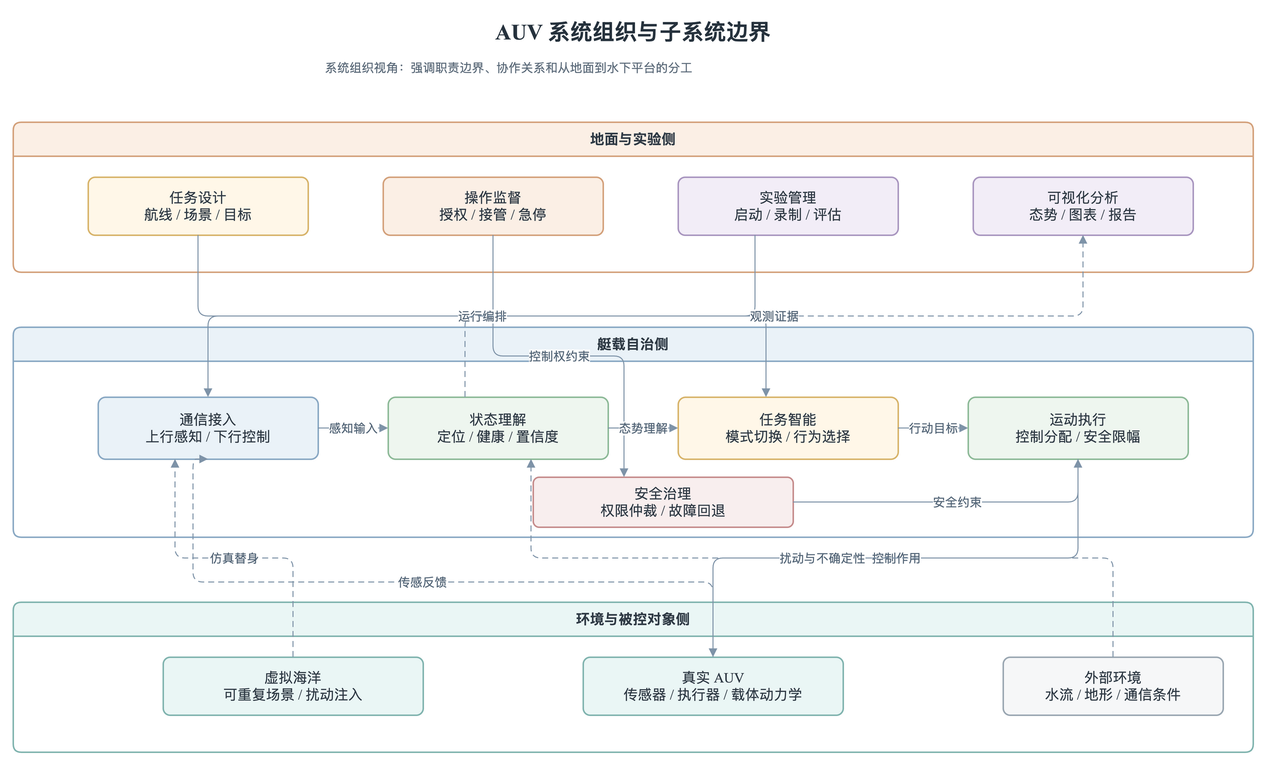
Above: docs/thesis/figures/architecture/auv_system_subsystem_organization.drawio.png in 360ZMEM/AUV-Master-Project (draw.io), before the change. Source tidied: cells renumbered, new cells last; positions are measured from the earlier drawing's top-left corner, leaving out a move shared by most shapes.
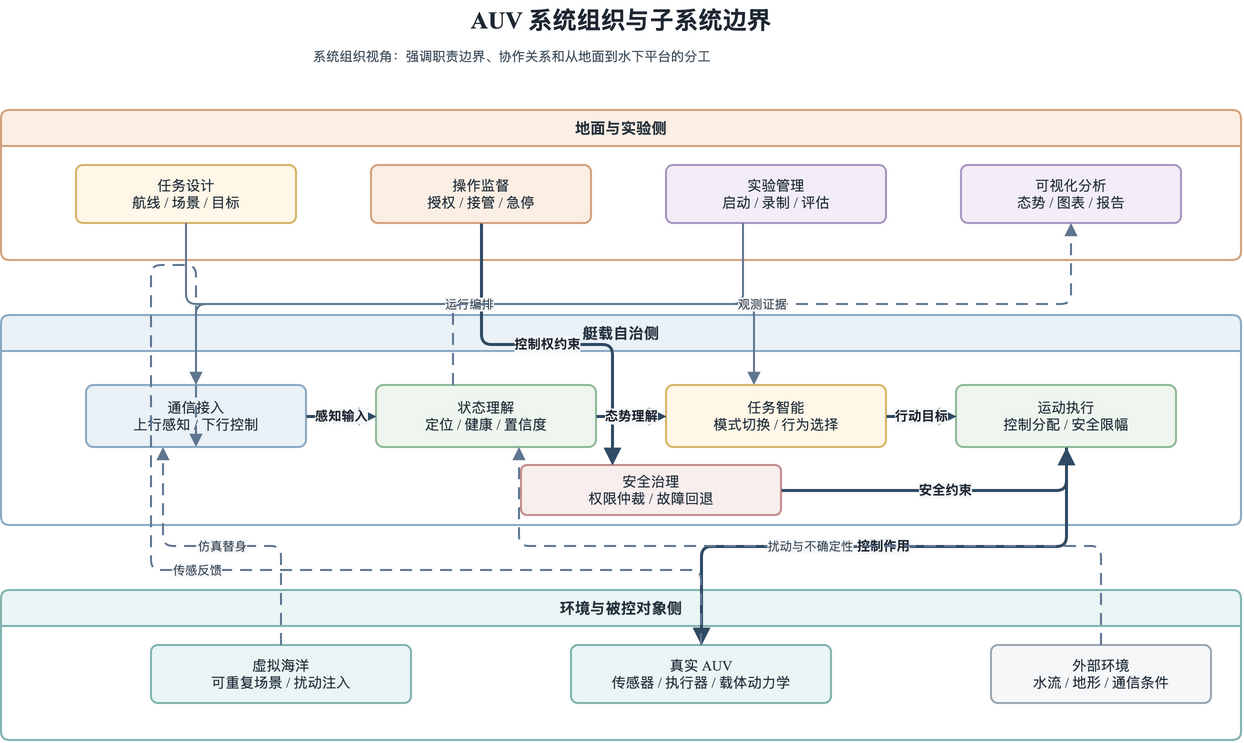
After the commit.

What changed in the source:
```diff
@@ -2,95 +2,96 @@
   <root>
     <mxCell id="0" />
     <mxCell id="1" parent="0" />
-    <mxCell id="2" value="AUV 系统组织与子系统边界" style="text;html=1;strokeColor=none;fillColor=none;align=center;verticalAlign=middle;whiteSpace=wrap;rounded=0;fontFamily=Noto Serif CJK SC,Times New Roman;fontSize=22;fontStyle=1;fontColor=#26323D;" parent="1" vertex="1">
+    <mxCell id="2" value="AUV 系统组织与子系统边界" style="text;html=1;strokeColor=none;fillColor=none;align=center;verticalAlign=middle;whiteSpace=wrap;rounded=0;fontFamily=Noto Serif CJK SC,Times New Roman;fontSize=24;fontStyle=1;fontColor=#1E2732;" parent="1" vertex="1">
       <mxGeometry x="270" width="700" height="40" as="geometry" />
     </mxCell>
-    <mxCell id="3" value="系统组织视角：强调职责边界、协作关系和从地面到水下平台的分工" style="text;html=1;strokeColor=none;fillColor=none;align=left;verticalAlign=top;whiteSpace=wrap;rounded=0;fontFamily=Noto Serif CJK SC,Times New Roman;fontSize=12;fontColor=#5C6B7A;" parent="1" vertex="1">
+    <mxCell id="3" value="系统组织视角：强调职责边界、协作关系和从地面到水下平台的分工" style="text;html=1;strokeColor=none;fillColor=none;align=left;verticalAlign=top;whiteSpace=wrap;rounded=0;fontFamily=Noto Serif CJK SC,Times New Roman;fontSize=13;fontColor=#43525F;" parent="1" vertex="1">
       <mxGeometry x="310" y="42" width="660" height="34" as="geometry" />
     </mxCell>
-    <mxCell id="4" value="地面与实验侧" style="swimlane;whiteSpace=wrap;html=1;startSize=34;rounded=1;arcSize=8;fillColor=#FBEFE5;strokeColor=#D4A17B;strokeWidth=1.5;fontFamily=Noto Serif CJK SC,Times New Roman;fontSize=14;fontColor=#2F3A45;" parent="1" vertex="1">
+    <mxCell id="4" value="地面与实验侧" style="swimlane;whiteSpace=wrap;html=1;startSize=36;rounded=1;arcSize=8;fillColor=#FBEFE5;strokeColor=#D4A17B;strokeWidth=2;fontFamily=Noto Serif CJK SC,Times New Roman;fontSize=14;fontColor=#26323D;fontStyle=1;fontSize=15;" parent="1" vertex="1">
       <mxGeometry y="110" width="1240" height="150" as="geometry" />
     </mxCell>
-    <mxCell id="5" value="艇载自治侧" style="swimlane;whiteSpace=wrap;html=1;startSize=34;rounded=1;arcSize=8;fillColor=#EAF2F8;strokeColor=#8AA9C4;strokeWidth=1.5;fontFamily=Noto Serif CJK SC,Times New Roman;fontSize=14;fontColor=#2F3A45;" parent="1" vertex="1">
+    <mxCell id="5" value="艇载自治侧" style="swimlane;whiteSpace=wrap;html=1;startSize=36;rounded=1;arcSize=8;fillColor=#EAF2F8;strokeColor=#8AA9C4;strokeWidth=2;fontFamily=Noto Serif CJK SC,Times New Roman;fontSize=14;fontColor=#26323D;fontStyle=1;fontSize=15;" parent="1" vertex="1">
       <mxGeometry y="315" width="1240" height="210" as="geometry" />
     </mxCell>
-    <mxCell id="6" value="环境与被控对象侧" style="swimlane;whiteSpace=wrap;html=1;startSize=34;rounded=1;arcSize=8;fillColor=#EAF6F5;strokeColor=#80B4AF;strokeWidth=1.5;fontFamily=Noto Serif CJK SC,Times New Roman;fontSize=14;fontColor=#2F3A45;" parent="1" vertex="1">
+    <mxCell id="6" value="环境与被控对象侧" style="swimlane;whiteSpace=wrap;html=1;startSize=36;rounded=1;arcSize=8;fillColor=#EAF6F5;strokeColor=#80B4AF;strokeWidth=2;fontFamily=Noto Serif CJK SC,Times New Roman;fontSize=14;fontColor=#26323D;fontStyle=1;fontSize=15;" parent="1" vertex="1">
       <mxGeometry y="590" width="1240" height="150" as="geometry" />
     </mxCell>
-    <mxCell id="7" value="任务设计&#10;航线 / 场景 / 目标" style="rounded=1;whiteSpace=wrap;html=1;arcSize=12;fillColor=#FFF7E8;strokeColor=#D8B46A;strokeWidth=1.5;spacing=8;fontFamily=Noto Serif CJK SC,Times New Roman;fontSize=14;fontColor=#2F3A45;" parent="4" vertex="1">
+    <mxCell id="7" value="任务设计&#10;航线 / 场景 / 目标" style="rounded=1;whiteSpace=wrap;html=1;arcSize=12;fillColor=#FFF7E8;strokeColor=#D8B46A;strokeWidth=2;spacing=8;shadow=0;fontFamily=Noto Serif CJK SC,Times New Roman;fontSize=14;fontColor=#26323D;" parent="4" vertex="1">
       <mxGeometry x="75" y="55" width="220" height="58" as="geometry" />
     </mxCell>
-    <mxCell id="8" value="操作监督&#10;授权 / 接管 / 急停" style="rounded=1;whiteSpace=wrap;html=1;arcSize=12;fillColor=#FBEFE5;strokeColor=#D4A17B;strokeWidth=1.5;spacing=8;fontFamily=Noto Serif CJK SC,Times New Roman;fontSize=14;fontColor=#2F3A45;" parent="4" vertex="1">
+    <mxCell id="8" value="操作监督&#10;授权 / 接管 / 急停" style="rounded=1;whiteSpace=wrap;html=1;arcSize=12;fillColor=#FBEFE5;strokeColor=#D4A17B;strokeWidth=2;spacing=8;shadow=0;fontFamily=Noto Serif CJK SC,Times New Roman;fontSize=14;fontColor=#26323D;" parent="4" vertex="1">
       <mxGeometry x="370" y="55" width="220" height="58" as="geometry" />
     </mxCell>
-    <mxCell id="9" value="实验管理&#10;启动 / 录制 / 评估" style="rounded=1;whiteSpace=wrap;html=1;arcSize=12;fillColor=#F2EDF7;strokeColor=#A996C0;strokeWidth=1.5;spacing=8;fontFamily=Noto Serif CJK SC,Times New Roman;fontSize=14;fontColor=#2F3A45;" parent="4" vertex="1">
+    <mxCell id="9" value="实验管理&#10;启动 / 录制 / 评估" style="rounded=1;whiteSpace=wrap;html=1;arcSize=12;fillColor=#F2EDF7;strokeColor=#A996C0;strokeWidth=2;spacing=8;shadow=0;fontFamily=Noto Serif CJK SC,Times New Roman;fontSize=14;fontColor=#26323D;" parent="4" vertex="1">
       <mxGeometry x="665" y="55" width="220" height="58" as="geometry" />
     </mxCell>
-    <mxCell id="10" value="可视化分析&#10;态势 / 图表 / 报告" style="rounded=1;whiteSpace=wrap;html=1;arcSize=12;fillColor=#F2EDF7;strokeColor=#A996C0;strokeWidth=1.5;spacing=8;fontFamily=Noto Serif CJK SC,Times New Roman;fontSize=14;fontColor=#2F3A45;" parent="4" vertex="1">
+    <mxCell id="10" value="可视化分析&#10;态势 / 图表 / 报告" style="rounded=1;whiteSpace=wrap;html=1;arcSize=12;fillColor=#F2EDF7;strokeColor=#A996C0;strokeWidth=2;spacing=8;shadow=0;fontFamily=Noto Serif CJK SC,Times New Roman;fontSize=14;fontColor=#26323D;" parent="4" vertex="1">
       <mxGeometry x="960" y="55" width="220" height="58" as="geometry" />
     </mxCell>
-    <mxCell id="11" value="通信接入&#10;上行感知 / 下行控制" style="rounded=1;whiteSpace=wrap;html=1;arcSize=12;fillColor=#EAF2F8;strokeColor=#8AA9C4;strokeWidth=1.5;spacing=8;fontFamily=Noto Serif CJK SC,Times New Roman;fontSize=14;fontColor=#2F3A45;" parent="5" vertex="1">
+    <mxCell id="11" value="通信接入&#10;上行感知 / 下行控制" style="rounded=1;whiteSpace=wrap;html=1;arcSize=12;fillColor=#EAF2F8;strokeColor=#8AA9C4;strokeWidth=2;spacing=8;shadow=0;fontFamily=Noto Serif CJK SC,Times New Roman;fontSize=14;fontColor=#26323D;" parent="5" vertex="1">
       <mxGeometry x="85" y="70" width="220" height="62" as="geometry" />
     </mxCell>
-    <mxCell id="12" value="状态理解&#10;定位 / 健康 / 置信度" style="rounded=1;whiteSpace=wrap;html=1;arcSize=12;fillColor=#EEF6EF;strokeColor=#8DBA98;strokeWidth=1.5;spacing=8;fontFamily=Noto Serif CJK SC,Times New Roman;fontSize=14;fontColor=#2F3A45;" parent="5" vertex="1">
+    <mxCell id="12" value="状态理解&#10;定位 / 健康 / 置信度" style="rounded=1;whiteSpace=wrap;html=1;arcSize=12;fillColor=#EEF6EF;strokeColor=#8DBA98;strokeWidth=2;spacing=8;shadow=0;fontFamily=Noto Serif CJK SC,Times New Roman;fontSize=14;fontColor=#26323D;" parent="5" vertex="1">
       <mxGeometry x="375" y="70" width="220" height="62" as="geometry" />
     </mxCell>
-    <mxCell id="13" value="任务智能&#10;模式切换 / 行为选择" style="rounded=1;whiteSpace=wrap;html=1;arcSize=12;fillColor=#FFF7E8;strokeColor=#D8B46A;strokeWidth=1.5;spacing=8;fontFamily=Noto Serif CJK SC,Times New Roman;fontSize=14;fontColor=#2F3A45;" parent="5" vertex="1">
+    <mxCell id="13" value="任务智能&#10;模式切换 / 行为选择" style="rounded=1;whiteSpace=wrap;html=1;arcSize=12;fillColor=#FFF7E8;strokeColor=#D8B46A;strokeWidth=2;spacing=8;shadow=0;fontFamily=Noto Serif CJK SC,Times New Roman;fontSize=14;fontColor=#26323D;" parent="5" vertex="1">
       <mxGeometry x="665" y="70" width="220" height="62" as="geometry" />
     </mxCell>
-    <mxCell id="14" value="运动执行&#10;控制分配 / 安全限幅" style="rounded=1;whiteSpace=wrap;html=1;arcSize=12;fillColor=#EEF6EF;strokeColor=#8DBA98;strokeWidth=1.5;spacing=8;fontFamily=Noto Serif CJK SC,Times New Roman;fontSize=14;fontColor=#2F3A45;" parent="5" vertex="1">
+    <mxCell id="14" value="运动执行&#10;控制分配 / 安全限幅" style="rounded=1;whiteSpace=wrap;html=1;arcSize=12;fillColor=#EEF6EF;strokeColor=#8DBA98;strokeWidth=2;spacing=8;shadow=0;fontFamily=Noto Serif CJK SC,Times New Roman;fontSize=14;fontColor=#26323D;" parent="5" vertex="1">
       <mxGeometry x="955" y="70" width="220" height="62" as="geometry" />
     </mxCell>
-    <mxCell id="15" value="安全治理&#10;权限仲裁 / 故障回退" style="rounded=1;whiteSpace=wrap;html=1;arcSize=12;fillColor=#F8EEEE;strokeColor=#C68C8C;strokeWidth=1.5;spacing=8;fontFamily=Noto Serif CJK SC,Times New Roman;fontSize=14;fontColor=#2F3A45;" parent="5" vertex="1">
+    <mxCell id="15" value="安全治理&#10;权限仲裁 / 故障回退" style="rounded=1;whiteSpace=wrap;html=1;arcSize=12;fillColor=#F8EEEE;strokeColor=#C68C8C;strokeWidth=2;spacing=8;shadow=0;fontFamily=Noto Serif CJK SC,Times New Roman;fontSize=14;fontColor=#26323D;" parent="5" vertex="1">
       <mxGeometry x="520" y="150" width="260" height="50" as="geometry" />
     </mxCell>
-    <mxCell id="16" value="虚拟海洋&#10;可重复场景 / 扰动注入" style="rounded=1;whiteSpace=wrap;html=1;arcSize=12;fillColor=#EAF6F5;strokeColor=#80B4AF;strokeWidth=1.5;spacing=8;fontFamily=Noto Serif CJK SC,Times New Roman;fontSize=14;fontColor=#2F3A45;" parent="6" vertex="1">
+    <mxCell id="16" value="虚拟海洋&#10;可重复场景 / 扰动注入" style="rounded=1;whiteSpace=wrap;html=1;arcSize=12;fillColor=#EAF6F5;strokeColor=#80B4AF;strokeWidth=2;spacing=8;shadow=0;fontFamily=Noto Serif CJK SC,Times New Roman;fontSize=14;fontColor=#26323D;" parent="6" vertex="1">
       <mxGeometry x="150" y="55" width="260" height="58" as="geometry" />
     </mxCell>
-    <mxCell id="17" value="真实 AUV&#10;传感器 / 执行器 / 载体动力学" style="rounded=1;whiteSpace=wrap;html=1;arcSize=12;fillColor=#EAF6F5;strokeColor=#80B4AF;strokeWidth=1.5;spacing=8;fontFamily=Noto Serif CJK SC,Times New Roman;fontSize=14;fontColor=#2F3A45;" parent="6" vertex="1">
+    <mxCell id="17" value="真实 AUV&#10;传感器 / 执行器 / 载体动力学" style="rounded=1;whiteSpace=wrap;html=1;arcSize=12;fillColor=#EAF6F5;strokeColor=#80B4AF;strokeWidth=2;spacing=8;shadow=0;fontFamily=Noto Serif CJK SC,Times New Roman;fontSize=14;fontColor=#26323D;" parent="6" vertex="1">
       <mxGeometry x="570" y="55" width="260" height="58" as="geometry" />
     </mxCell>
-    <mxCell id="18" value="外部环境&#10;水流 / 地形 / 通信条件" style="rounded=1;whiteSpace=wrap;html=1;arcSize=12;fillColor=#F6F7F8;strokeColor=#9AA7B2;strokeWidth=1.5;spacing=8;fontFamily=Noto Serif CJK SC,Times New Roman;fontSize=14;fontColor=#2F3A45;" parent="6" vertex="1">
+    <mxCell id="18" value="外部环境&#10;水流 / 地形 / 通信条件" style="rounded=1;whiteSpace=wrap;html=1;arcSize=12;fillColor=#F6F7F8;strokeColor=#9AA7B2;strokeWidth=2;spacing=8;shadow=0;fontFamily=Noto Serif CJK SC,Times New Roman;fontSize=14;fontColor=#26323D;" parent="6" vertex="1">
       <mxGeometry x="990" y="55" width="220" height="58" as="geometry" />
     </mxCell>
-    <mxCell id="19" value="任务意图" style="edgeStyle=orthogonalEdgeStyle;rounded=1;jettySize=auto;html=1;strokeColor=#7E93A8;fontColor=#536577;fontSize=12;endArrow=block;endFill=1;exitX=0.5;exitY=1;entryX=0.4;entryY=0;" parent="1" edge="1" source="7" target="13">
+    <mxCell id="19" value="任务意图" style="edgeStyle=orthogonalEdgeStyle;rounded=1;jettySize=auto;html=1;strokeColor=#5F7690;fontColor=#3B4A57;fontSize=12;strokeWidth=2;labelBackgroundColor=#F6F7F8;labelBorderColor=none;endArrow=block;endFill=1;endSize=8;exitX=0.5;exitY=1;entryX=0.4;entryY=0;" parent="1" edge="1" source="7" target="13">
       <mxGeometry relative="1" as="geometry" />
     </mxCell>
-    <mxCell id="20" value="控制权约束" style="edgeStyle=orthogonalEdgeStyle;rounded=1;jettySize=auto;html=1;strokeColor=#7E93A8;fontColor=#536577;fontSize=12;endArrow=block;endFill=1;exitX=0.5;exitY=1;entryX=0.35;entryY=0;" parent="1" edge="1" source="8" target="15">
+    <mxCell id="20" value="控制权约束" style="edgeStyle=orthogonalEdgeStyle;rounded=1;jettySize=auto;html=1;strokeColor=#2F4A63;fontColor=#1E2732;fontSize=13;fontStyle=1;strokeWidth=3;labelBackgroundColor=#F6F7F8;labelBorderColor=none;endArrow=block;endFill=1;endSize=10;exitX=0.5;exitY=1;entryX=0.35;entryY=0;" parent="1" edge="1" source="8" target="15">
       <mxGeometry relative="1" as="geometry" />
     </mxCell>
-    <mxCell id="21" value="运行编排" style="edgeStyle=orthogonalEdgeStyle;rounded=1;jettySize=auto;html=1;strokeColor=#7E93A8;fontColor=#536577;fontSize=12;endArrow=block;endFill=1;exitX=0.35;exitY=1;entryX=0.5;entryY=0;" parent="1" edge="1" source="9" target="11">
+    <mxCell id="21" value="运行编排" style="edgeStyle=orthogonalEdgeStyle;rounded=1;jettySize=auto;html=1;strokeColor=#5F7690;fontColor=#3B4A57;fontSize=12;strokeWidth=2;labelBackgroundColor=#F6F7F8;labelBorderColor=none;endArrow=block;endFill=1;endSize=8;exitX=0.35;exitY=1;entryX=0.5;entryY=0;" parent="1" edge="1" source="9" target="11">
       <mxGeometry relative="1" as="geometry" />
     </mxCell>
-    <mxCell id="22" value="感知输入" style="edgeStyle=orthogonalEdgeStyle;rounded=1;jettySize=auto;html=1;strokeColor=#7E93A8;fontColor=#536577;fontSize=12;endArrow=block;endFill=1;exitX=1;entryX=0;" parent="1" edge="1" source="11" target="12">
+    <mxCell id="22" value="感知输入" style="edgeStyle=orthogonalEdgeStyle;rounded=1;jettySize=auto;html=1;strokeColor=#2F4A63;fontColor=#1E2732;fontSize=13;fontStyle=1;strokeWidth=3;labelBackgroundColor=#F6F7F8;labelBorderColor=none;endArrow=block;endFill=1;endSize=10;exitX=1;entryX=0;" parent="1" edge="1" source="11" target="12">
       <mxGeometry relative="1" as="geometry" />
     </mxCell>
-    <mxCell id="23" value="态势理解" style="edgeStyle=orthogonalEdgeStyle;rounded=1;jettySize=auto;html=1;strokeColor=#7E93A8;fontColor=#536577;fontSize=12;endArrow=block;endFill=1;exitX=1;entryX=0;" parent="1" edge="1" source="12" target="13">
+    <mxCell id="23" value="态势理解" style="edgeStyle=orthogonalEdgeStyle;rounded=1;jettySize=auto;html=1;strokeColor=#2F4A63;fontColor=#1E2732;fontSize=13;fontStyle=1;strokeWidth=3;labelBackgroundColor=#F6F7F8;labelBorderColor=none;endArrow=block;endFill=1;endSize=10;exitX=1;entryX=0;" parent="1" edge="1" source="12" target="13">
       <mxGeometry relative="1" as="geometry" />
     </mxCell>
-    <mxCell id="24" value="行动目标" style="edgeStyle=orthogonalEdgeStyle;rounded=1;jettySize=auto;html=1;strokeColor=#7E93A8;fontColor=#536577;fontSize=12;endArrow=block;endFill=1;exitX=1;entryX=0;" parent="1" edge="1" source="13" target="14">
+    <mxCell id="24" value="行动目标" style="edgeStyle=orthogonalEdgeStyle;rounded=1;jettySize=auto;html=1;strokeColor=#2F4A63;fontColor=#1E2732;fontSize=13;fontStyle=1;strokeWidth=3;labelBackgroundColor=#F6F7F8;labelBorderColor=none;endArrow=block;endFill=1;endSize=10;exitX=1;entryX=0;" parent="1" edge="1" source="13" target="14">
       <mxGeometry relative="1" as="geometry" />
     </mxCell>
-    <mxCell id="25" value="安全约束" style="edgeStyle=orthogonalEdgeStyle;rounded=1;jettySize=auto;html=1;strokeColor=#7E93A8;fontColor=#536577;fontSize=12;endArrow=block;endFill=1;exitX=1;entryX=0.5;" parent="1" edge="1" source="15" target="14">
+    <mxCell id="25" value="安全约束" style="edgeStyle=orthogonalEdgeStyle;rounded=1;jettySize=auto;html=1;strokeColor=#2F4A63;fontColor=#1E2732;fontSize=13;fontStyle=1;strokeWidth=3;labelBackgroundColor=#F6F7F8;labelBorderColor=none;endArrow=block;endFill=1;endSize=10;exitX=1;entryX=0.5;" parent="1" edge="1" source="15" target="14">
       <mxGeometry relative="1" as="geometry" />
     </mxCell>
-    <mxCell id="26" value="控制作用" style="edgeStyle=orthogonalEdgeStyle;rounded=1;jettySize=auto;html=1;strokeColor=#7E93A8;fontColor=#536577;fontSize=12;endArrow=block;endFill=1;exitX=0.5;exitY=1;entryX=0.5;entryY=0;" parent="1" edge="1" source="14" target="17">
+    <mxCell id="26" value="控制作用" style="edgeStyle=orthogonalEdgeStyle;rounded=1;jettySize=auto;html=1;strokeColor=#2F4A63;fontColor=#1E2732;fontSize=13;fontStyle=1;strokeWidth=3;labelBackgroundColor=#F6F7F8;labelBorderColor=none;endArrow=block;endFill=1;endSize=10;exitX=0.5;exitY=1;entryX=0.5;entryY=0;" parent="1" edge="1" source="14" target="17">
       <mxGeometry relative="1" as="geometry" />
     </mxCell>
-    <mxCell id="27" value="传感反馈" style="edgeStyle=orthogonalEdgeStyle;rounded=1;jettySize=auto;html=1;strokeColor=#7E93A8;fontColor=#536577;fontSize=12;endArrow=block;endFill=1;dashed=1;dashPattern=6 4;exitX=0;entryX=0.5;entryY=1;" parent="1" edge="1" source="17" target="11">
+    <mxCell id="27" value="传感反馈" style="edgeStyle=orthogonalEdgeStyle;rounded=1;jettySize=auto;html=1;strokeColor=#5F7690;fontColor=#3B4A57;fontSize=12;strokeWidth=2;labelBackgroundColor=#F6F7F8;labelBorderColor=none;endArrow=block;endFill=1;endSize=8;dashed=1;dashPattern=6 4;exitX=0;entryX=0.5;entryY=1;" parent="1" edge="1" source="17" target="11">
       <mxGeometry relative="1" as="geometry">
         <Array as="points">
-          <mxPoint x="180" y="570" />
+          <mxPoint x="150" y="570" />
+          <mxPoint x="150" y="265" />
         </Array>
       </mxGeometry>
     </mxCell>
-    <mxCell id="28" value="仿真替身" style="edgeStyle=orthogonalEdgeStyle;rounded=1;jettySize=auto;html=1;strokeColor=#7E93A8;fontColor=#536577;fontSize=12;endArrow=block;endFill=1;dashed=1;dashPattern=6 4;exitX=0.5;exitY=0;entryX=0.35;entryY=1;" parent="1" edge="1" source="16" target="11">
+    <mxCell id="28" value="仿真替身" style="edgeStyle=orthogonalEdgeStyle;rounded=1;jettySize=auto;html=1;strokeColor=#5F7690;fontColor=#3B4A57;fontSize=12;strokeWidth=2;labelBackgroundColor=#F6F7F8;labelBorderColor=none;endArrow=block;endFill=1;endSize=8;dashed=1;dashPattern=6 4;exitX=0.5;exitY=0;entryX=0.35;entryY=1;" parent="1" edge="1" source="16" target="11">
       <mxGeometry relative="1" as="geometry" />
     </mxCell>
-    <mxCell id="29" value="扰动与不确定性" style="edgeStyle=orthogonalEdgeStyle;rounded=1;jettySize=auto;html=1;strokeColor=#7E93A8;fontColor=#536577;fontSize=12;endArrow=block;endFill=1;dashed=1;dashPattern=6 4;exitX=0.5;exitY=0;entryX=0.65;entryY=1;" parent="1" edge="1" source="18" target="12">
+    <mxCell id="29" value="扰动与不确定性" style="edgeStyle=orthogonalEdgeStyle;rounded=1;jettySize=auto;html=1;strokeColor=#5F7690;fontColor=#3B4A57;fontSize=12;strokeWidth=2;labelBackgroundColor=#F6F7F8;labelBorderColor=none;endArrow=block;endFill=1;endSize=8;dashed=1;dashPattern=6 4;exitX=0.5;exitY=0;entryX=0.65;entryY=1;" parent="1" edge="1" source="18" target="12">
       <mxGeometry relative="1" as="geometry" />
     </mxCell>
-    <mxCell id="30" value="观测证据" style="edgeStyle=orthogonalEdgeStyle;rounded=1;jettySize=auto;html=1;strokeColor=#7E93A8;fontColor=#536577;fontSize=12;endArrow=block;endFill=1;dashed=1;dashPattern=6 4;exitX=0.35;exitY=0;entryX=0.5;entryY=1;" parent="1" edge="1" source="12" target="10">
+    <mxCell id="30" value="观测证据" style="edgeStyle=orthogonalEdgeStyle;rounded=1;jettySize=auto;html=1;strokeColor=#5F7690;fontColor=#3B4A57;fontSize=12;strokeWidth=2;labelBackgroundColor=#F6F7F8;labelBorderColor=none;endArrow=block;endFill=1;endSize=8;dashed=1;dashPattern=6 4;exitX=0.35;exitY=0;entryX=0.5;entryY=1;" parent="1" edge="1" source="12" target="10">
       <mxGeometry relative="1" as="geometry" />
     </mxCell>
   </root>
```
